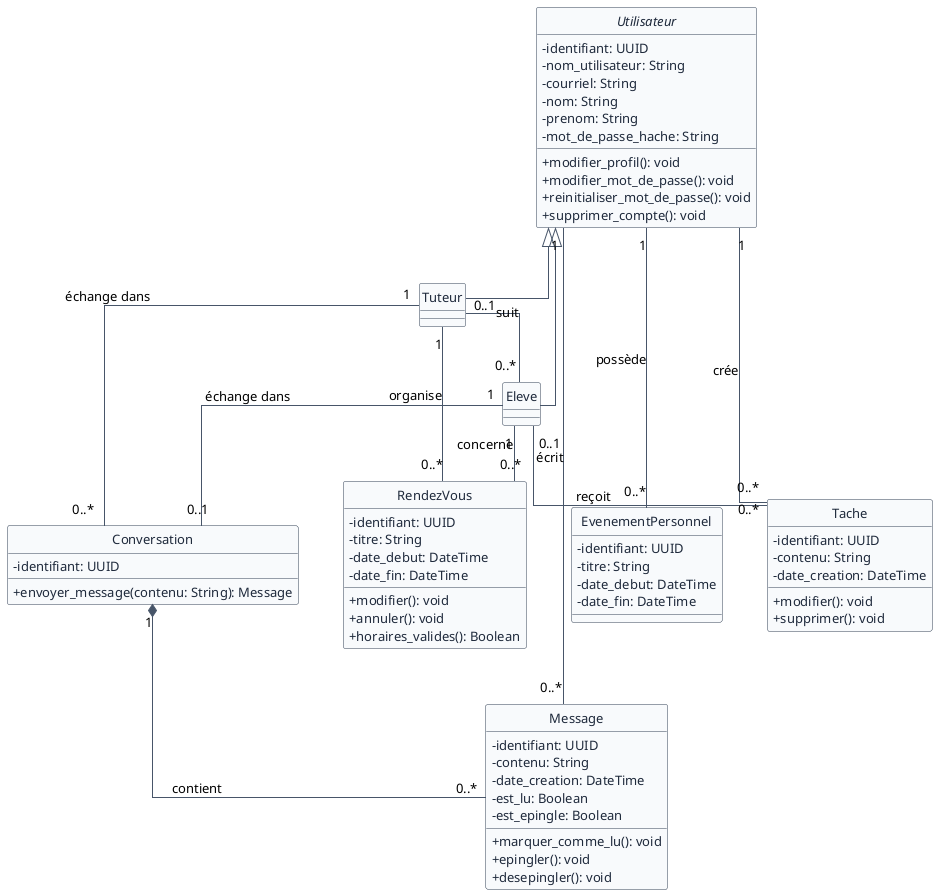
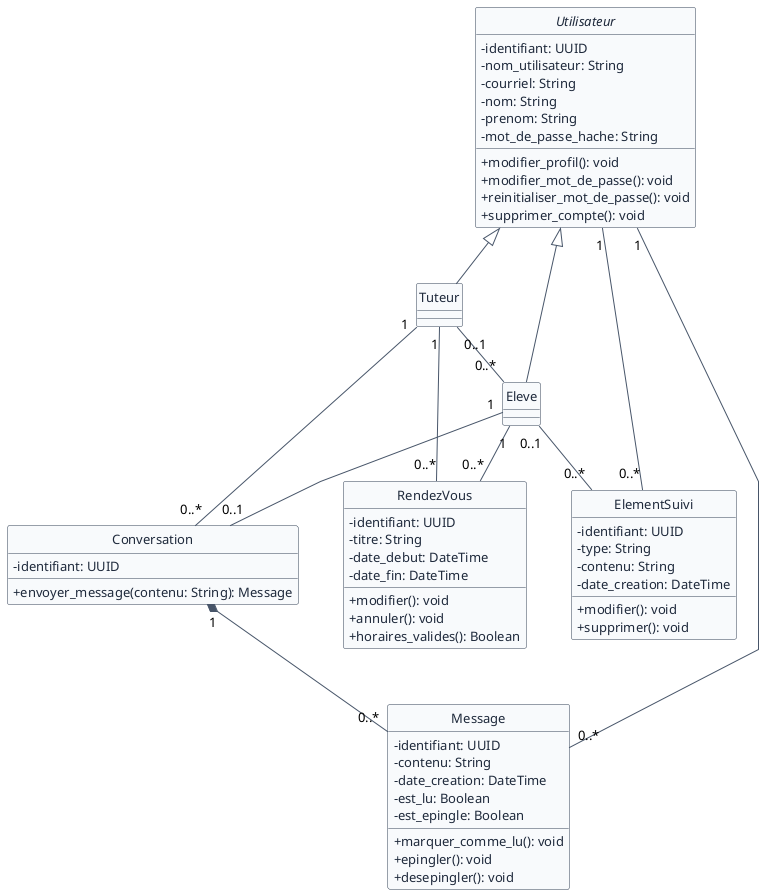
@startuml
top to bottom direction

hide circle
skinparam backgroundColor #FFFFFF
skinparam shadowing false
- skinparam linetype ortho
+ skinparam linetype polyline
skinparam nodesep 45
skinparam ranksep 55
skinparam classAttributeIconSize 0
skinparam defaultFontName sans-serif
skinparam defaultFontSize 13
skinparam ArrowColor #475569
skinparam classBorderColor #334155
skinparam classFontColor #0F172A
skinparam classAttributeFontColor #1E293B
skinparam classBackgroundColor #F8FAFC

abstract class Utilisateur {
  - identifiant: UUID
  - nom_utilisateur: String
  - courriel: String
  - nom: String
  - prenom: String
  - mot_de_passe_hache: String
  + modifier_profil(): void
  + modifier_mot_de_passe(): void
  + reinitialiser_mot_de_passe(): void
  + supprimer_compte(): void
}

class Eleve
class Tuteur

class Conversation {
  - identifiant: UUID
  + envoyer_message(contenu: String): Message
}

class Message {
  - identifiant: UUID
  - contenu: String
  - date_creation: DateTime
  - est_lu: Boolean
  - est_epingle: Boolean
  + marquer_comme_lu(): void
  + epingler(): void
  + desepingler(): void
}

class RendezVous {
  - identifiant: UUID
  - titre: String
  - date_debut: DateTime
  - date_fin: DateTime
  + modifier(): void
  + annuler(): void
  + horaires_valides(): Boolean
}

- class EvenementPersonnel {
+ class ElementSuivi {
  - identifiant: UUID
-   - titre: String
-   - date_debut: DateTime
-   - date_fin: DateTime
- }
- 
- class Tache {
-   - identifiant: UUID
+   - type: String
  - contenu: String
  - date_creation: DateTime
  + modifier(): void
  + supprimer(): void
}

Utilisateur <|-- Eleve
Utilisateur <|-- Tuteur

- Tuteur "0..1" -- "0..*" Eleve : suit
- Eleve "1" -- "0..1" Conversation : échange dans
- Tuteur "1" -- "0..*" Conversation : échange dans
- Conversation "1" *-- "0..*" Message : contient
- Utilisateur "1" -- "0..*" Message : écrit
- Tuteur "1" -- "0..*" RendezVous : organise
- Eleve "1" -- "0..*" RendezVous : concerne
- Utilisateur "1" -- "0..*" EvenementPersonnel : possède
- Utilisateur "1" -- "0..*" Tache : crée
- Eleve "0..1" -- "0..*" Tache : reçoit
+ Tuteur "0..1" -- "0..*" Eleve
+ Eleve "1" -- "0..1" Conversation
+ Tuteur "1" -- "0..*" Conversation
+ Conversation "1" *-- "0..*" Message
+ Utilisateur "1" -- "0..*" Message
+ Tuteur "1" -- "0..*" RendezVous
+ Eleve "1" -- "0..*" RendezVous
+ Utilisateur "1" -- "0..*" ElementSuivi
+ Eleve "0..1" -- "0..*" ElementSuivi

' Contraintes invisibles destinées uniquement à stabiliser la mise en page.
Conversation -[hidden]right- RendezVous
- RendezVous -[hidden]right- EvenementPersonnel
- EvenementPersonnel -[hidden]right- Tache
+ RendezVous -[hidden]right- ElementSuivi

@enduml
